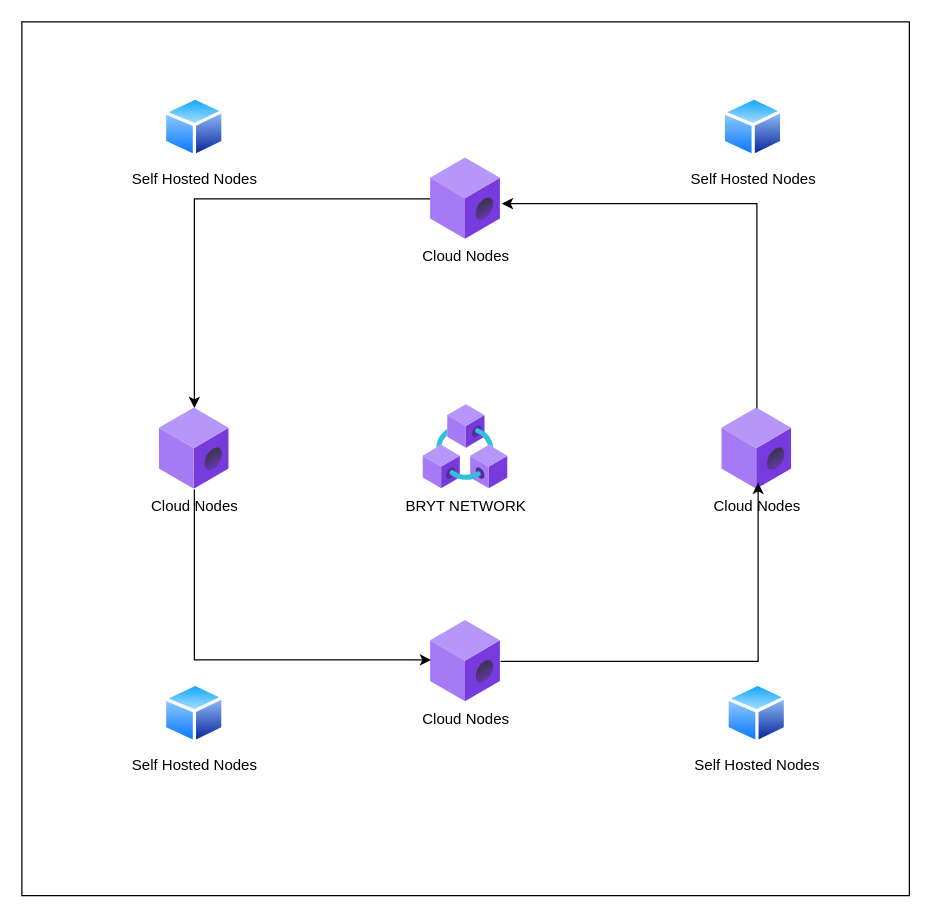
The draw.io diagram BRYT_INFRA.drawio in ali-05-ahmed/Concept-Diagrams, before the edit. Source tidied: cells renumbered, new cells numbered last; positions are measured from the earlier drawing's top-left corner, leaving out a move shared by most shapes. Both pictures are drawn from the tidied source at 125%, with x=0, y=0 at pixel (21, 21).
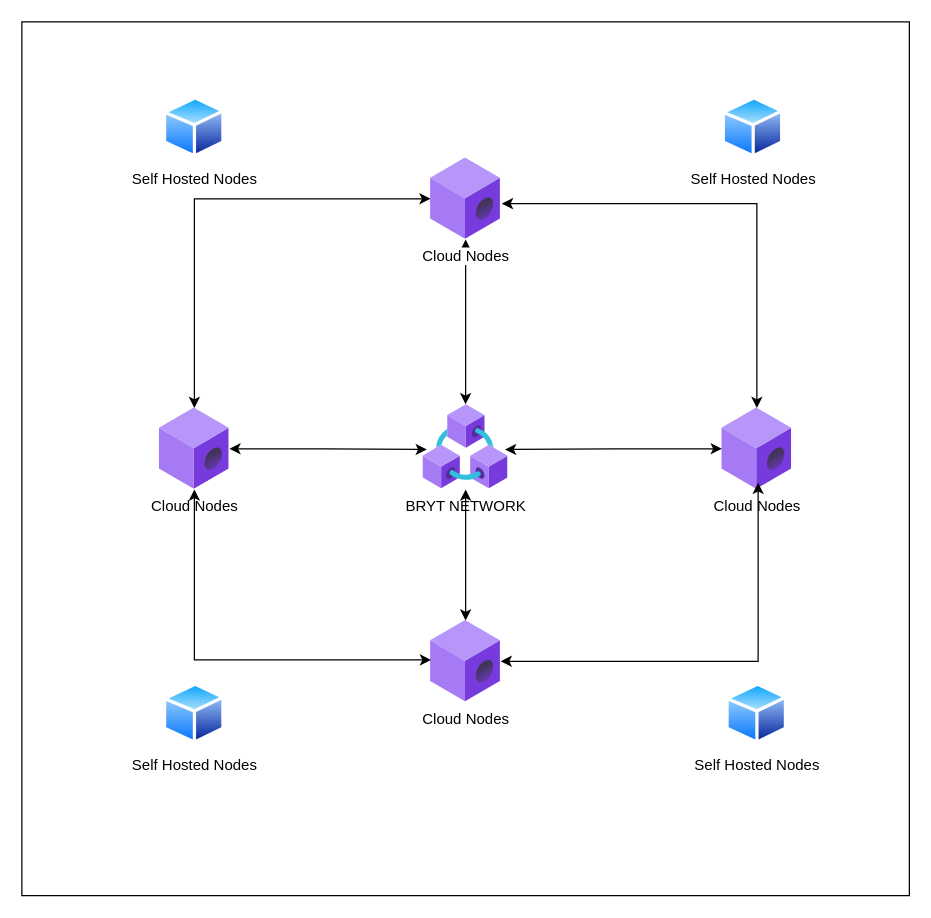
After the change.

The change refers to these unchanged cells:
```xml
<mxCell id="3" value="BRYT NETWORK" style="image;html=1;points=[];align=center;fontSize=12;image=img/lib/azure2/blockchain/Azure_Blockchain_Service.svg;" parent="1" vertex="1">
  <mxGeometry x="321" y="306" width="68" height="68" as="geometry" />
</mxCell>
<mxCell id="4" value="Cloud Nodes" style="image;html=1;points=[];align=center;fontSize=12;image=img/lib/azure2/blockchain/ABS_Member.svg;" parent="1" vertex="1">
  <mxGeometry x="110" y="309" width="56" height="65" as="geometry" />
</mxCell>
<mxCell id="5" value="Cloud Nodes" style="image;html=1;points=[];align=center;fontSize=12;image=img/lib/azure2/blockchain/ABS_Member.svg;" parent="1" vertex="1">
  <mxGeometry x="327" y="479" width="56" height="65" as="geometry" />
</mxCell>
<mxCell id="6" value="Cloud Nodes" style="image;html=1;points=[];align=center;fontSize=12;image=img/lib/azure2/blockchain/ABS_Member.svg;" parent="1" vertex="1">
  <mxGeometry x="560" y="309" width="56" height="65" as="geometry" />
</mxCell>
<mxCell id="8" value="Cloud Nodes" style="image;html=1;points=[];align=center;fontSize=12;image=img/lib/azure2/blockchain/ABS_Member.svg;" parent="1" vertex="1">
  <mxGeometry x="327" y="109" width="56" height="65" as="geometry" />
</mxCell>
```

Change to the diagram source:
```diff
@@
+    <mxCell id="16" style="edgeStyle=orthogonalEdgeStyle;rounded=0;jettySize=auto;html=1;startArrow=classic;startFill=1;" parent="1" edge="1" source="5" target="3">
+      <mxGeometry relative="1" as="geometry" />
+    </mxCell>
@@
-    <mxCell id="7" style="edgeStyle=orthogonalEdgeStyle;rounded=0;jettySize=auto;html=1;" parent="1" edge="1" source="8" target="4">
+    <mxCell id="7" style="edgeStyle=orthogonalEdgeStyle;rounded=0;jettySize=auto;html=1;startArrow=classic;startFill=1;" parent="1" edge="1" source="8" target="4">
       <mxGeometry relative="1" as="geometry" />
     </mxCell>
+    <mxCell id="17" style="edgeStyle=orthogonalEdgeStyle;rounded=0;jettySize=auto;html=1;startArrow=classic;startFill=1;" parent="1" edge="1" source="8" target="3">
+      <mxGeometry relative="1" as="geometry" />
+    </mxCell>
@@
-    <mxCell id="9" style="edgeStyle=orthogonalEdgeStyle;rounded=0;jettySize=auto;html=1;entryX=0.006;entryY=0.483;entryDx=0;entryDy=0;entryPerimeter=0;" parent="1" edge="1" source="4" target="5">
+    <mxCell id="9" style="edgeStyle=orthogonalEdgeStyle;rounded=0;jettySize=auto;html=1;entryX=0.006;entryY=0.483;entryDx=0;entryDy=0;entryPerimeter=0;startArrow=classic;startFill=1;" parent="1" edge="1" source="4" target="5">
       <mxGeometry relative="1" as="geometry">
         <Array as="points">
           <mxPoint x="138" y="510" />
         </Array>
       </mxGeometry>
     </mxCell>
-    <mxCell id="10" style="edgeStyle=orthogonalEdgeStyle;rounded=0;jettySize=auto;html=1;entryX=0.518;entryY=0.919;entryDx=0;entryDy=0;entryPerimeter=0;" parent="1" edge="1" source="5" target="6">
+    <mxCell id="10" style="edgeStyle=orthogonalEdgeStyle;rounded=0;jettySize=auto;html=1;entryX=0.518;entryY=0.919;entryDx=0;entryDy=0;entryPerimeter=0;startArrow=classic;startFill=1;" parent="1" edge="1" source="5" target="6">
       <mxGeometry relative="1" as="geometry" />
     </mxCell>
-    <mxCell id="11" style="edgeStyle=orthogonalEdgeStyle;rounded=0;jettySize=auto;html=1;entryX=1.018;entryY=0.56;entryDx=0;entryDy=0;entryPerimeter=0;" parent="1" edge="1" source="6" target="8">
+    <mxCell id="11" style="edgeStyle=orthogonalEdgeStyle;rounded=0;jettySize=auto;html=1;entryX=1.018;entryY=0.56;entryDx=0;entryDy=0;entryPerimeter=0;startArrow=classic;startFill=1;" parent="1" edge="1" source="6" target="8">
       <mxGeometry relative="1" as="geometry">
         <Array as="points">
           <mxPoint x="588" y="145" />
         </Array>
       </mxGeometry>
     </mxCell>
@@
+    <mxCell id="18" style="edgeStyle=orthogonalEdgeStyle;rounded=0;jettySize=auto;html=1;entryX=0.044;entryY=0.531;entryDx=0;entryDy=0;entryPerimeter=0;startArrow=classic;startFill=1;" parent="1" edge="1" source="4" target="3">
+      <mxGeometry relative="1" as="geometry" />
+    </mxCell>
+    <mxCell id="19" style="edgeStyle=orthogonalEdgeStyle;rounded=0;jettySize=auto;html=1;entryX=0.963;entryY=0.531;entryDx=0;entryDy=0;entryPerimeter=0;startArrow=classic;startFill=1;" parent="1" edge="1" source="6" target="3">
+      <mxGeometry relative="1" as="geometry" />
+    </mxCell>
```
